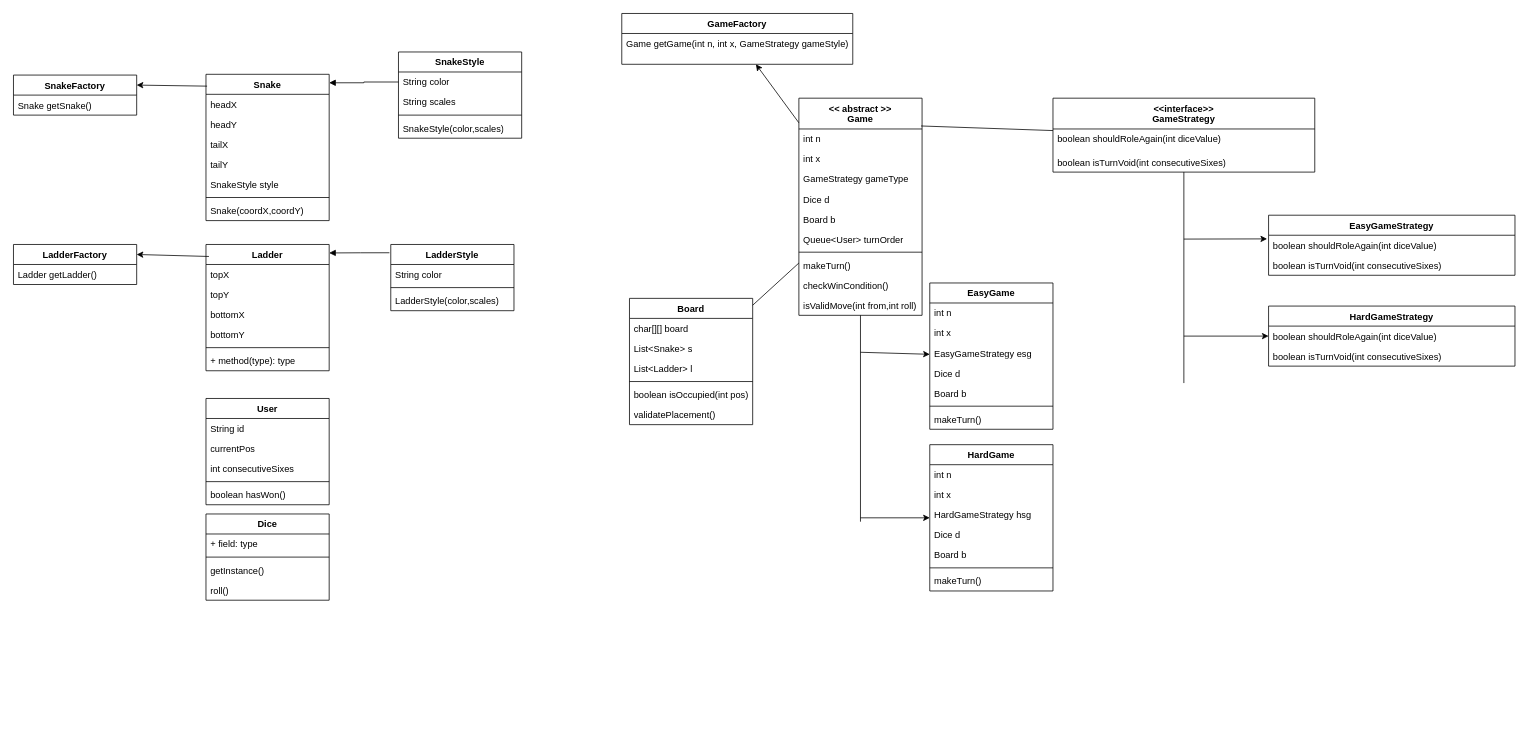
The draw.io diagram Snakes_Ladders_LLD.drawio in akshat-code21/snakes_ladders, before the edit. Source tidied: cells renumbered, new cells numbered last; positions are measured from the earlier drawing's top-left corner, leaving out a move shared by most shapes. Both pictures are drawn from the tidied source at 77%, with x=0, y=0 at pixel (13, 13).
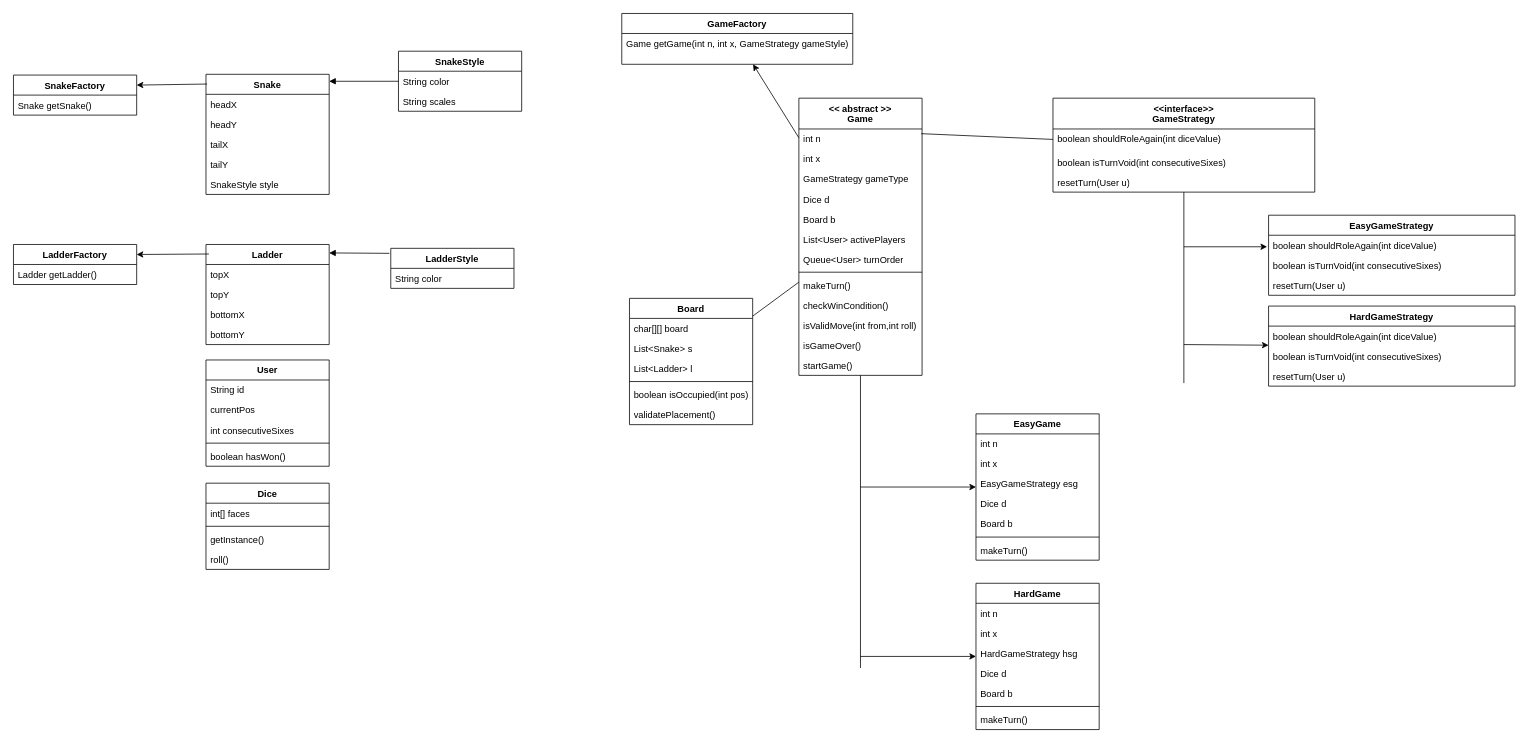
The same diagram, later.

Change to the diagram source:
```diff
@@
     <mxCell id="9" value="&amp;lt;&amp;lt; abstract &amp;gt;&amp;gt;&lt;div&gt;Game&lt;/div&gt;" style="swimlane;fontStyle=1;align=center;verticalAlign=top;horizontal=1;startSize=40;whiteSpace=wrap;html=1;" parent="1" vertex="1">
-      <mxGeometry x="1020" y="110" width="160" height="282" as="geometry" />
+      <mxGeometry x="1020" y="110" width="160" height="360" as="geometry" />
     </mxCell>
@@
+    <mxCell id="99" value="List&amp;lt;User&amp;gt; activePlayers" style="text;strokeColor=none;fillColor=none;align=left;verticalAlign=top;spacingLeft=4;spacingRight=4;overflow=hidden;whiteSpace=wrap;html=1;" parent="9" vertex="1">
+      <mxGeometry y="170" width="160" height="26" as="geometry" />
+    </mxCell>
     <mxCell id="15" value="Queue&amp;lt;User&amp;gt; turnOrder" style="text;strokeColor=none;fillColor=none;align=left;verticalAlign=top;spacingLeft=4;spacingRight=4;overflow=hidden;whiteSpace=wrap;html=1;" parent="9" vertex="1">
-      <mxGeometry y="170" width="160" height="26" as="geometry" />
+      <mxGeometry y="196" width="160" height="26" as="geometry" />
     </mxCell>
     <mxCell id="16" style="line;strokeWidth=1;fillColor=none;align=left;verticalAlign=middle;spacingTop=-1;spacingLeft=3;spacingRight=3;labelPosition=right;strokeColor=inherit;" parent="9" vertex="1">
-      <mxGeometry y="196" width="160" height="8" as="geometry" />
+      <mxGeometry y="222" width="160" height="8" as="geometry" />
     </mxCell>
     <mxCell id="17" value="makeTurn()" style="text;strokeColor=none;fillColor=none;align=left;verticalAlign=top;spacingLeft=4;spacingRight=4;overflow=hidden;whiteSpace=wrap;html=1;" parent="9" vertex="1">
-      <mxGeometry y="204" width="160" height="26" as="geometry" />
+      <mxGeometry y="230" width="160" height="26" as="geometry" />
     </mxCell>
     <mxCell id="18" value="checkWinCondition()" style="text;strokeColor=none;fillColor=none;align=left;verticalAlign=top;spacingLeft=4;spacingRight=4;overflow=hidden;whiteSpace=wrap;html=1;" parent="9" vertex="1">
-      <mxGeometry y="230" width="160" height="26" as="geometry" />
+      <mxGeometry y="256" width="160" height="26" as="geometry" />
     </mxCell>
     <mxCell id="19" value="isValidMove(int from,int roll)" style="text;strokeColor=none;fillColor=none;align=left;verticalAlign=top;spacingLeft=4;spacingRight=4;overflow=hidden;whiteSpace=wrap;html=1;" parent="9" vertex="1">
-      <mxGeometry y="256" width="160" height="26" as="geometry" />
+      <mxGeometry y="282" width="160" height="26" as="geometry" />
     </mxCell>
+    <mxCell id="100" value="isGameOver()" style="text;strokeColor=none;fillColor=none;align=left;verticalAlign=top;spacingLeft=4;spacingRight=4;overflow=hidden;whiteSpace=wrap;html=1;" parent="9" vertex="1">
+      <mxGeometry y="308" width="160" height="26" as="geometry" />
+    </mxCell>
+    <mxCell id="101" value="startGame()" style="text;strokeColor=none;fillColor=none;align=left;verticalAlign=top;spacingLeft=4;spacingRight=4;overflow=hidden;whiteSpace=wrap;html=1;" parent="9" vertex="1">
+      <mxGeometry y="334" width="160" height="26" as="geometry" />
+    </mxCell>
     <mxCell id="20" value="Snake" style="swimlane;fontStyle=1;align=center;verticalAlign=top;horizontal=1;startSize=26;whiteSpace=wrap;html=1;" parent="1" vertex="1">
-      <mxGeometry x="250" y="79" width="160" height="190" as="geometry" />
+      <mxGeometry x="250" y="79" width="160" height="156" as="geometry" />
     </mxCell>
@@
-    <mxCell id="26" style="line;strokeWidth=1;fillColor=none;align=left;verticalAlign=middle;spacingTop=-1;spacingLeft=3;spacingRight=3;labelPosition=right;strokeColor=inherit;" parent="20" vertex="1">
-      <mxGeometry y="156" width="160" height="8" as="geometry" />
-    </mxCell>
-    <mxCell id="27" value="Snake(coordX,coordY)" style="text;strokeColor=none;fillColor=none;align=left;verticalAlign=top;spacingLeft=4;spacingRight=4;overflow=hidden;whiteSpace=wrap;html=1;" parent="20" vertex="1">
-      <mxGeometry y="164" width="160" height="26" as="geometry" />
-    </mxCell>
     <mxCell id="28" value="Ladder" style="swimlane;fontStyle=1;align=center;verticalAlign=top;horizontal=1;startSize=26;whiteSpace=wrap;html=1;" parent="1" vertex="1">
-      <mxGeometry x="250" y="300" width="160" height="164" as="geometry" />
+      <mxGeometry x="250" y="300" width="160" height="130" as="geometry" />
     </mxCell>
@@
-    <mxCell id="33" style="line;strokeWidth=1;fillColor=none;align=left;verticalAlign=middle;spacingTop=-1;spacingLeft=3;spacingRight=3;labelPosition=right;strokeColor=inherit;" parent="28" vertex="1">
-      <mxGeometry y="130" width="160" height="8" as="geometry" />
-    </mxCell>
-    <mxCell id="34" value="+ method(type): type" style="text;strokeColor=none;fillColor=none;align=left;verticalAlign=top;spacingLeft=4;spacingRight=4;overflow=hidden;whiteSpace=wrap;html=1;" parent="28" vertex="1">
-      <mxGeometry y="138" width="160" height="26" as="geometry" />
-    </mxCell>
     <mxCell id="35" value="SnakeStyle" style="swimlane;fontStyle=1;align=center;verticalAlign=top;horizontal=1;startSize=26;whiteSpace=wrap;html=1;" parent="1" vertex="1">
-      <mxGeometry x="500" y="50" width="160" height="112" as="geometry" />
+      <mxGeometry x="500" y="49" width="160" height="78" as="geometry" />
     </mxCell>
@@
-    <mxCell id="38" style="line;strokeWidth=1;fillColor=none;align=left;verticalAlign=middle;spacingTop=-1;spacingLeft=3;spacingRight=3;labelPosition=right;strokeColor=inherit;" parent="35" vertex="1">
-      <mxGeometry y="78" width="160" height="8" as="geometry" />
-    </mxCell>
-    <mxCell id="39" value="SnakeStyle(color,scales)" style="text;strokeColor=none;fillColor=none;align=left;verticalAlign=top;spacingLeft=4;spacingRight=4;overflow=hidden;whiteSpace=wrap;html=1;" parent="35" vertex="1">
-      <mxGeometry y="86" width="160" height="26" as="geometry" />
-    </mxCell>
@@
     <mxCell id="41" value="LadderStyle" style="swimlane;fontStyle=1;align=center;verticalAlign=top;horizontal=1;startSize=26;whiteSpace=wrap;html=1;" parent="1" vertex="1">
-      <mxGeometry x="490" y="300" width="160" height="86" as="geometry" />
+      <mxGeometry x="490" y="305" width="160" height="52" as="geometry" />
     </mxCell>
@@
-    <mxCell id="43" style="line;strokeWidth=1;fillColor=none;align=left;verticalAlign=middle;spacingTop=-1;spacingLeft=3;spacingRight=3;labelPosition=right;strokeColor=inherit;" parent="41" vertex="1">
-      <mxGeometry y="52" width="160" height="8" as="geometry" />
-    </mxCell>
-    <mxCell id="44" value="&lt;span style=&quot;text-align: center;&quot;&gt;LadderStyle&lt;/span&gt;(color,scales)" style="text;strokeColor=none;fillColor=none;align=left;verticalAlign=top;spacingLeft=4;spacingRight=4;overflow=hidden;whiteSpace=wrap;html=1;" parent="41" vertex="1">
-      <mxGeometry y="60" width="160" height="26" as="geometry" />
-    </mxCell>
@@
     <mxCell id="46" value="Dice" style="swimlane;fontStyle=1;align=center;verticalAlign=top;horizontal=1;startSize=26;whiteSpace=wrap;html=1;" parent="1" vertex="1">
-      <mxGeometry x="250" y="650" width="160" height="112" as="geometry" />
+      <mxGeometry x="250" y="610" width="160" height="112" as="geometry" />
     </mxCell>
-    <mxCell id="47" value="+ field: type" style="text;strokeColor=none;fillColor=none;align=left;verticalAlign=top;spacingLeft=4;spacingRight=4;overflow=hidden;whiteSpace=wrap;html=1;" parent="46" vertex="1">
+    <mxCell id="47" value="int[] faces" style="text;strokeColor=none;fillColor=none;align=left;verticalAlign=top;spacingLeft=4;spacingRight=4;overflow=hidden;whiteSpace=wrap;html=1;" parent="46" vertex="1">
       <mxGeometry y="26" width="160" height="26" as="geometry" />
     </mxCell>
@@
     <mxCell id="59" value="&amp;lt;&amp;lt;interface&amp;gt;&amp;gt;&lt;div&gt;GameStrategy&lt;/div&gt;" style="swimlane;fontStyle=1;align=center;verticalAlign=top;horizontal=1;startSize=40;whiteSpace=wrap;html=1;" parent="1" vertex="1">
-      <mxGeometry x="1350" y="110" width="340" height="96" as="geometry" />
+      <mxGeometry x="1350" y="110" width="340" height="122" as="geometry" />
     </mxCell>
@@
+    <mxCell id="102" value="resetTurn(User u)" style="text;strokeColor=none;fillColor=none;align=left;verticalAlign=top;spacingLeft=4;spacingRight=4;overflow=hidden;whiteSpace=wrap;html=1;" parent="59" vertex="1">
+      <mxGeometry y="96" width="340" height="26" as="geometry" />
+    </mxCell>
     <mxCell id="62" value="EasyGameStrategy" style="swimlane;fontStyle=1;align=center;verticalAlign=top;horizontal=1;startSize=26;whiteSpace=wrap;html=1;" parent="1" vertex="1">
-      <mxGeometry x="1630" y="262" width="320" height="78" as="geometry" />
+      <mxGeometry x="1630" y="262" width="320" height="104" as="geometry" />
     </mxCell>
@@
+    <mxCell id="103" value="resetTurn(User u)" style="text;strokeColor=none;fillColor=none;align=left;verticalAlign=top;spacingLeft=4;spacingRight=4;overflow=hidden;whiteSpace=wrap;html=1;" parent="62" vertex="1">
+      <mxGeometry y="78" width="320" height="26" as="geometry" />
+    </mxCell>
     <mxCell id="65" value="HardGameStrategy" style="swimlane;fontStyle=1;align=center;verticalAlign=top;horizontal=1;startSize=26;whiteSpace=wrap;html=1;" parent="1" vertex="1">
-      <mxGeometry x="1630" y="380" width="320" height="78" as="geometry" />
+      <mxGeometry x="1630" y="380" width="320" height="104" as="geometry" />
     </mxCell>
@@
+    <mxCell id="104" value="resetTurn(User u)" style="text;strokeColor=none;fillColor=none;align=left;verticalAlign=top;spacingLeft=4;spacingRight=4;overflow=hidden;whiteSpace=wrap;html=1;" parent="65" vertex="1">
+      <mxGeometry y="78" width="320" height="26" as="geometry" />
+    </mxCell>
     <mxCell id="68" style="edgeStyle=none;jettySize=auto;html=1;rounded=0;" parent="1" edge="1" target="65">
       <mxGeometry relative="1" as="geometry">
-        <mxPoint x="1520" y="419" as="sourcePoint" />
+        <mxPoint x="1520" y="430" as="sourcePoint" />
       </mxGeometry>
     </mxCell>
@@
     <mxCell id="72" style="edgeStyle=none;jettySize=auto;html=1;rounded=0;entryX=-0.006;entryY=0.394;entryDx=0;entryDy=0;entryPerimeter=0;" parent="1" edge="1" target="62">
       <mxGeometry relative="1" as="geometry">
-        <mxPoint x="1520" y="293" as="sourcePoint" />
+        <mxPoint x="1520" y="303" as="sourcePoint" />
       </mxGeometry>
     </mxCell>
     <mxCell id="73" value="EasyGame" style="swimlane;fontStyle=1;align=center;verticalAlign=top;horizontal=1;startSize=26;whiteSpace=wrap;html=1;" parent="1" vertex="1">
-      <mxGeometry x="1190" y="350" width="160" height="190" as="geometry" />
+      <mxGeometry x="1250" y="520" width="160" height="190" as="geometry" />
     </mxCell>
@@
     <mxCell id="81" value="HardGame" style="swimlane;fontStyle=1;align=center;verticalAlign=top;horizontal=1;startSize=26;whiteSpace=wrap;html=1;" parent="1" vertex="1">
-      <mxGeometry x="1190" y="560" width="160" height="190" as="geometry" />
+      <mxGeometry x="1250" y="740" width="160" height="190" as="geometry" />
     </mxCell>
@@
     <mxCell id="89" style="edgeStyle=none;jettySize=auto;html=1;rounded=0;endArrow=none;endFill=0;" parent="1" edge="1" source="9">
       <mxGeometry relative="1" as="geometry">
-        <mxPoint x="1100" y="660" as="targetPoint" />
+        <mxPoint x="1100" y="850" as="targetPoint" />
       </mxGeometry>
     </mxCell>
     <mxCell id="90" style="edgeStyle=none;jettySize=auto;html=1;rounded=0;" parent="1" edge="1" target="73">
       <mxGeometry relative="1" as="geometry">
-        <mxPoint x="1100" y="440" as="sourcePoint" />
+        <mxPoint x="1100" y="615" as="sourcePoint" />
       </mxGeometry>
     </mxCell>
     <mxCell id="91" style="edgeStyle=none;jettySize=auto;html=1;rounded=0;" parent="1" edge="1" target="81">
       <mxGeometry relative="1" as="geometry">
-        <mxPoint x="1100" y="655" as="sourcePoint" />
+        <mxPoint x="1100" y="835" as="sourcePoint" />
       </mxGeometry>
     </mxCell>
@@
     <mxCell id="93" value="User" style="swimlane;fontStyle=1;align=center;verticalAlign=top;horizontal=1;startSize=26;whiteSpace=wrap;html=1;" parent="1" vertex="1">
-      <mxGeometry x="250" y="500" width="160" height="138" as="geometry" />
+      <mxGeometry x="250" y="450" width="160" height="138" as="geometry" />
     </mxCell>
```
